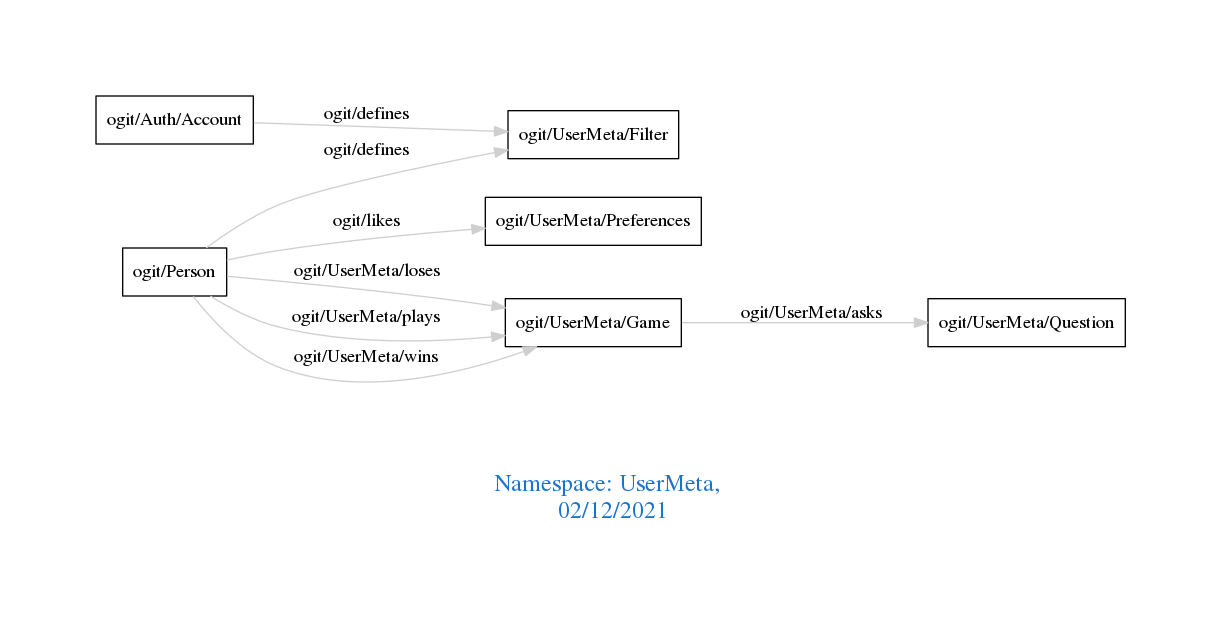
Before: downloads/UserMeta.png, a diagram exported from Graphviz (arago/OGIT). Its source is kept beside it as downloads/UserMeta.dot.
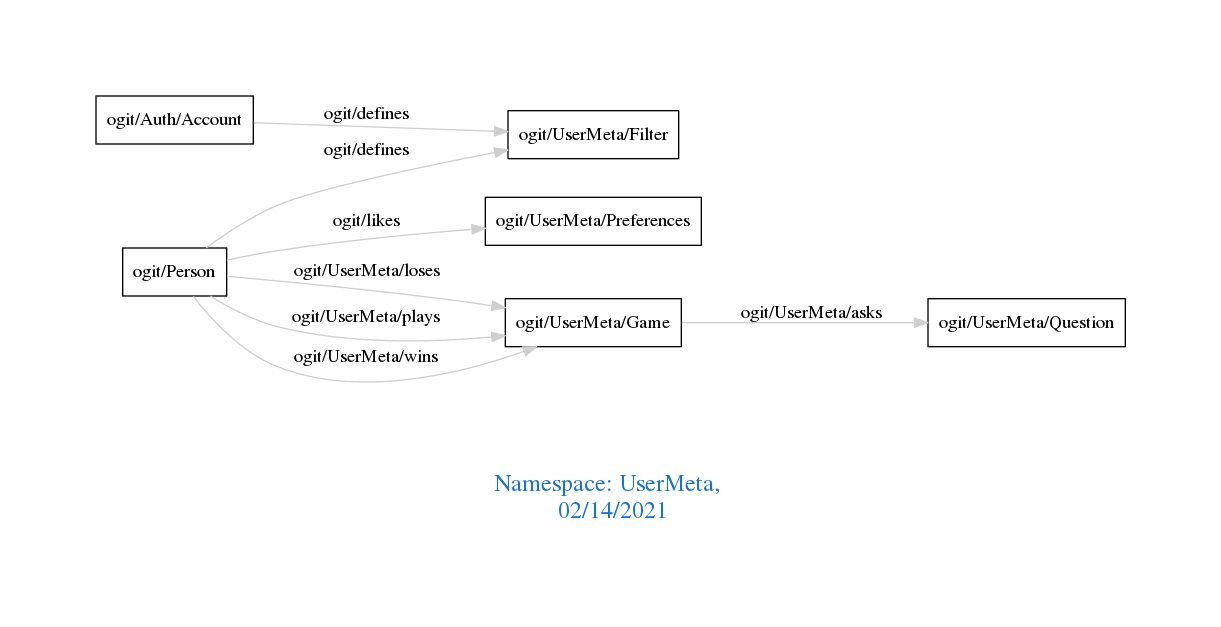
The same diagram one commit later.

Change to the diagram source:
```diff
@@ -1,7 +1,7 @@
 digraph OGIT_ontology {
  graph [ rankdir= LR,pad=1
 fontsize = 18,
-fontcolor= dodgerblue3,label = "\n\n\nNamespace: UserMeta, \n 02/12/2021"];
+fontcolor= dodgerblue3,label = "\n\n\nNamespace: UserMeta, \n 02/14/2021"];
 node[shape=polygon];
 edge [  color="gray81"];
 
```
